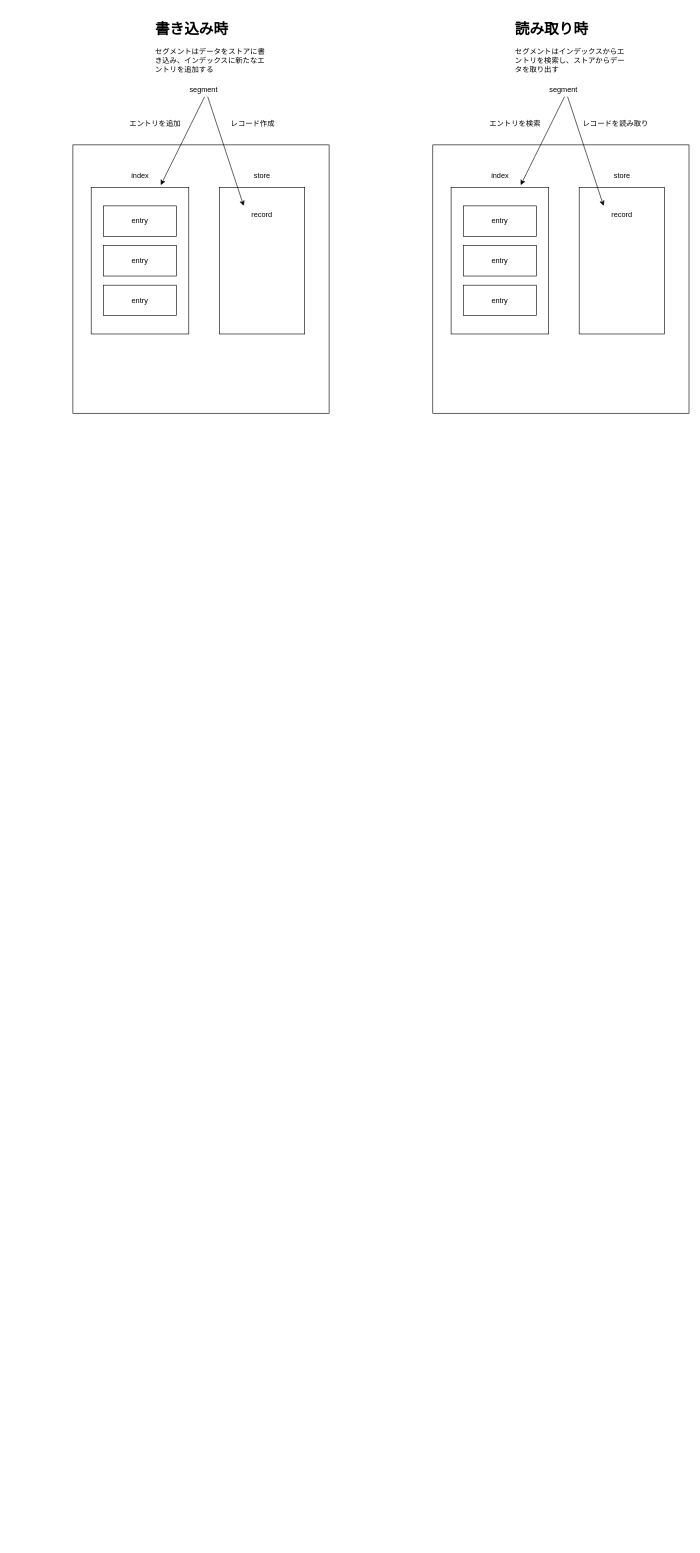
Above: flow.drawio in KeisukeYamane/distributed-system (draw.io), before the change. Source tidied: cells renumbered, new cells numbered last; positions are measured from the earlier drawing's top-left corner, leaving out a move shared by most shapes. Both pictures are drawn from the tidied source at 61%, with x=0, y=0 at pixel (73, 16).
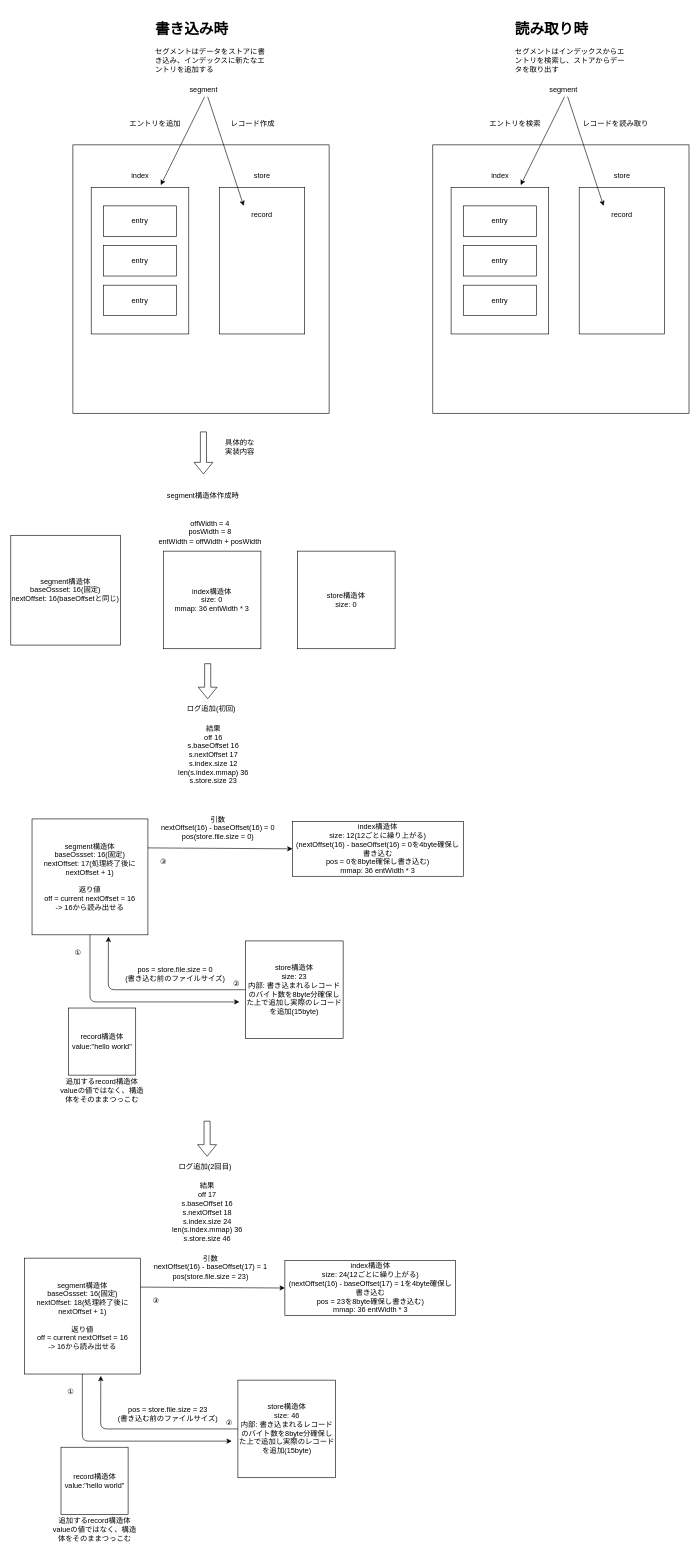
After the change.

Commit message (it also covers changes not shown here):
add 書き込む時の流れを確認し図を作成

Diff of the diagram source:
```diff
@@
+    <mxCell id="32" style="shape=flexArrow;endArrow=classic;html=1;" parent="1" edge="1">
+      <mxGeometry relative="1" as="geometry">
+        <mxPoint x="214" y="680" as="sourcePoint" />
+        <mxPoint x="214" y="750" as="targetPoint" />
+      </mxGeometry>
+    </mxCell>
+    <mxCell id="33" value="具体的な実装内容" style="text;html=1;strokeColor=none;fillColor=none;align=center;verticalAlign=middle;whiteSpace=wrap;rounded=0;" parent="1" vertex="1">
+      <mxGeometry x="244" y="690" width="60" height="30" as="geometry" />
+    </mxCell>
+    <mxCell id="34" value="segment構造体&lt;br&gt;baseOssset: 16(固定)&lt;br&gt;nextOffset: 16(baseOffsetと同じ)" style="whiteSpace=wrap;html=1;" parent="1" vertex="1">
+      <mxGeometry x="-101.8" y="850" width="180" height="180" as="geometry" />
+    </mxCell>
+    <mxCell id="35" value="store構造体&lt;br&gt;size: 0" style="whiteSpace=wrap;html=1;" parent="1" vertex="1">
+      <mxGeometry x="368.2" y="876" width="160" height="160" as="geometry" />
+    </mxCell>
+    <mxCell id="36" value="index構造体&lt;br&gt;size: 0&lt;br&gt;mmap: 36 entWidth * 3" style="whiteSpace=wrap;html=1;" parent="1" vertex="1">
+      <mxGeometry x="148.2" y="876" width="160" height="160" as="geometry" />
+    </mxCell>
+    <mxCell id="37" value="segment構造体作成時" style="text;html=1;strokeColor=none;fillColor=none;align=center;verticalAlign=middle;whiteSpace=wrap;rounded=0;" parent="1" vertex="1">
+      <mxGeometry x="140" y="770" width="146.5" height="30" as="geometry" />
+    </mxCell>
+    <mxCell id="38" value="offWidth = 4&lt;br&gt;posWidth = 8&lt;br&gt;entWidth = offWidth + posWidth" style="text;html=1;strokeColor=none;fillColor=none;align=center;verticalAlign=middle;whiteSpace=wrap;rounded=0;" parent="1" vertex="1">
+      <mxGeometry x="135.2" y="830" width="180" height="30" as="geometry" />
+    </mxCell>
+    <mxCell id="39" value="record構造体&lt;br&gt;value:&quot;hello world&quot;" style="whiteSpace=wrap;html=1;" parent="1" vertex="1">
+      <mxGeometry x="-7" y="1625" width="110" height="110" as="geometry" />
+    </mxCell>
+    <mxCell id="40" value="ログ追加(初回)" style="text;html=1;strokeColor=none;fillColor=none;align=center;verticalAlign=middle;whiteSpace=wrap;rounded=0;" parent="1" vertex="1">
+      <mxGeometry x="170" y="1119" width="114" height="30" as="geometry" />
+    </mxCell>
+    <mxCell id="41" value="追加するrecord構造体&lt;br&gt;valueの値ではなく、構造体をそのままつっこむ" style="text;html=1;strokeColor=none;fillColor=none;align=center;verticalAlign=middle;whiteSpace=wrap;rounded=0;" parent="1" vertex="1">
+      <mxGeometry x="-27" y="1745" width="150" height="30" as="geometry" />
+    </mxCell>
+    <mxCell id="42" value="segment構造体&lt;br&gt;baseOssset: 16(固定)&lt;br&gt;nextOffset: 17(処理終了後にnextOffset + 1)&lt;br&gt;&lt;br&gt;返り値&lt;br&gt;off = current nextOffset = 16&lt;br&gt;-&amp;gt; 16から読み出せる" style="whiteSpace=wrap;html=1;" parent="1" vertex="1">
+      <mxGeometry x="-67" y="1315" width="190" height="190" as="geometry" />
+    </mxCell>
+    <mxCell id="43" value="store構造体&lt;br&gt;size: 23&lt;br&gt;内部: 書き込まれるレコードのバイト数を8byte分確保した上で追加し実際のレコードを追加(15byte)" style="whiteSpace=wrap;html=1;" parent="1" vertex="1">
+      <mxGeometry x="283" y="1515" width="160" height="160" as="geometry" />
+    </mxCell>
+    <mxCell id="44" value="引数&lt;br&gt;nextOffset(16) - baseOffset(16) = 0&lt;br&gt;pos(store.file.size = 0)" style="text;html=1;strokeColor=none;fillColor=none;align=center;verticalAlign=middle;whiteSpace=wrap;rounded=0;" parent="1" vertex="1">
+      <mxGeometry x="133" y="1315" width="210" height="30" as="geometry" />
+    </mxCell>
+    <mxCell id="45" style="endArrow=classic;html=1;exitX=0.5;exitY=1;exitDx=0;exitDy=0;" parent="1" edge="1" source="42">
+      <mxGeometry relative="1" as="geometry">
+        <mxPoint x="273" y="1615" as="targetPoint" />
+        <Array as="points">
+          <mxPoint x="28" y="1615" />
+        </Array>
+      </mxGeometry>
+    </mxCell>
+    <mxCell id="46" style="endArrow=classic;html=1;exitX=0;exitY=0.5;exitDx=0;exitDy=0;entryX=0.659;entryY=1.016;entryDx=0;entryDy=0;entryPerimeter=0;" parent="1" edge="1" source="43" target="42">
+      <mxGeometry relative="1" as="geometry">
+        <Array as="points">
+          <mxPoint x="58" y="1595" />
+        </Array>
+      </mxGeometry>
+    </mxCell>
+    <mxCell id="47" value="pos = store.file.size = 0&lt;br&gt;(書き込む前のファイルサイズ)" style="text;html=1;strokeColor=none;fillColor=none;align=center;verticalAlign=middle;whiteSpace=wrap;rounded=0;" parent="1" vertex="1">
+      <mxGeometry x="83" y="1555" width="170" height="30" as="geometry" />
+    </mxCell>
+    <mxCell id="48" style="endArrow=classic;html=1;exitX=1;exitY=0.25;exitDx=0;exitDy=0;entryX=0;entryY=0.5;entryDx=0;entryDy=0;" parent="1" edge="1" source="42" target="49">
+      <mxGeometry relative="1" as="geometry" />
+    </mxCell>
+    <mxCell id="49" value="&lt;span&gt;index構造体&lt;/span&gt;&lt;br&gt;&lt;span&gt;size: 12(12ごとに繰り上がる)&lt;/span&gt;&lt;br&gt;&lt;span&gt;(nextOffset(16) - baseOffset(16) =&amp;nbsp;&lt;/span&gt;&lt;span&gt;0を4byte確保し書き込む&lt;br&gt;&lt;/span&gt;&lt;span&gt;pos = 0を8byte確保し書き込む)&lt;/span&gt;&lt;br&gt;&lt;span&gt;mmap: 36 entWidth * 3&lt;/span&gt;" style="rounded=0;whiteSpace=wrap;html=1;" parent="1" vertex="1">
+      <mxGeometry x="360" y="1319" width="280" height="90" as="geometry" />
+    </mxCell>
+    <mxCell id="50" value="①" style="text;html=1;align=center;verticalAlign=middle;strokeColor=none;fillColor=none;" parent="1" vertex="1">
+      <mxGeometry x="-7" y="1525" width="30" height="20" as="geometry" />
+    </mxCell>
+    <mxCell id="51" value="②" style="text;html=1;align=center;verticalAlign=middle;strokeColor=none;fillColor=none;" parent="1" vertex="1">
+      <mxGeometry x="253" y="1575" width="30" height="20" as="geometry" />
+    </mxCell>
+    <mxCell id="52" value="③" style="text;html=1;align=center;verticalAlign=middle;strokeColor=none;fillColor=none;" parent="1" vertex="1">
+      <mxGeometry x="133" y="1375" width="30" height="20" as="geometry" />
+    </mxCell>
+    <mxCell id="53" value="&lt;div&gt;結果&lt;/div&gt;&lt;div&gt;off 16&lt;/div&gt;&lt;div&gt;s.baseOffset 16&lt;/div&gt;&lt;div&gt;s.nextOffset 17&lt;/div&gt;&lt;div&gt;s.index.size 12&lt;/div&gt;&lt;div&gt;len(s.index.mmap) 36&lt;/div&gt;&lt;div&gt;s.store.size 23&lt;/div&gt;" style="text;html=1;align=center;verticalAlign=middle;strokeColor=none;fillColor=none;" parent="1" vertex="1">
+      <mxGeometry x="165" y="1160" width="130" height="100" as="geometry" />
+    </mxCell>
+    <mxCell id="54" value="record構造体&lt;br&gt;value:&quot;hello world&quot;" style="whiteSpace=wrap;html=1;" parent="1" vertex="1">
+      <mxGeometry x="-19.5" y="2345" width="110" height="110" as="geometry" />
+    </mxCell>
+    <mxCell id="55" value="追加するrecord構造体&lt;br&gt;valueの値ではなく、構造体をそのままつっこむ" style="text;html=1;strokeColor=none;fillColor=none;align=center;verticalAlign=middle;whiteSpace=wrap;rounded=0;" parent="1" vertex="1">
+      <mxGeometry x="-39.5" y="2465" width="150" height="30" as="geometry" />
+    </mxCell>
+    <mxCell id="56" value="segment構造体&lt;br&gt;baseOssset: 16(固定)&lt;br&gt;nextOffset: 18(処理終了後にnextOffset + 1)&lt;br&gt;&lt;br&gt;返り値&lt;br&gt;off = current nextOffset = 16&lt;br&gt;-&amp;gt; 16から読み出せる" style="whiteSpace=wrap;html=1;" parent="1" vertex="1">
+      <mxGeometry x="-79.5" y="2035" width="190" height="190" as="geometry" />
+    </mxCell>
+    <mxCell id="57" value="store構造体&lt;br&gt;size: 46&lt;br&gt;内部: 書き込まれるレコードのバイト数を8byte分確保した上で追加し実際のレコードを追加(15byte)" style="whiteSpace=wrap;html=1;" parent="1" vertex="1">
+      <mxGeometry x="270.5" y="2235" width="160" height="160" as="geometry" />
+    </mxCell>
+    <mxCell id="58" value="引数&lt;br&gt;nextOffset(16) - baseOffset(17) = 1&lt;br&gt;pos(store.file.size = 23)" style="text;html=1;strokeColor=none;fillColor=none;align=center;verticalAlign=middle;whiteSpace=wrap;rounded=0;" parent="1" vertex="1">
+      <mxGeometry x="120.5" y="2035" width="210" height="30" as="geometry" />
+    </mxCell>
+    <mxCell id="59" style="endArrow=classic;html=1;exitX=0.5;exitY=1;exitDx=0;exitDy=0;" parent="1" edge="1" source="56">
+      <mxGeometry relative="1" as="geometry">
+        <mxPoint x="260.5" y="2335" as="targetPoint" />
+        <Array as="points">
+          <mxPoint x="15.5" y="2335" />
+        </Array>
+      </mxGeometry>
+    </mxCell>
+    <mxCell id="60" style="endArrow=classic;html=1;exitX=0;exitY=0.5;exitDx=0;exitDy=0;entryX=0.659;entryY=1.016;entryDx=0;entryDy=0;entryPerimeter=0;" parent="1" edge="1" source="57" target="56">
+      <mxGeometry relative="1" as="geometry">
+        <Array as="points">
+          <mxPoint x="45.5" y="2315" />
+        </Array>
+      </mxGeometry>
+    </mxCell>
+    <mxCell id="61" value="pos = store.file.size = 23&lt;br&gt;(書き込む前のファイルサイズ)" style="text;html=1;strokeColor=none;fillColor=none;align=center;verticalAlign=middle;whiteSpace=wrap;rounded=0;" parent="1" vertex="1">
+      <mxGeometry x="70.5" y="2275" width="170" height="30" as="geometry" />
+    </mxCell>
+    <mxCell id="62" style="endArrow=classic;html=1;exitX=1;exitY=0.25;exitDx=0;exitDy=0;entryX=0;entryY=0.5;entryDx=0;entryDy=0;" parent="1" edge="1" source="56" target="63">
+      <mxGeometry relative="1" as="geometry" />
+    </mxCell>
+    <mxCell id="63" value="&lt;span&gt;index構造体&lt;/span&gt;&lt;br&gt;&lt;span&gt;size: 24(12ごとに繰り上がる)&lt;/span&gt;&lt;br&gt;&lt;span&gt;(nextOffset(16) - baseOffset(17) = 1&lt;/span&gt;&lt;span&gt;を4byte確保し書き込む&lt;br&gt;&lt;/span&gt;&lt;span&gt;pos = 23を8byte確保し書き込む)&lt;/span&gt;&lt;br&gt;&lt;span&gt;mmap: 36 entWidth * 3&lt;/span&gt;" style="rounded=0;whiteSpace=wrap;html=1;" parent="1" vertex="1">
+      <mxGeometry x="347.5" y="2039" width="280" height="90" as="geometry" />
+    </mxCell>
+    <mxCell id="64" value="①" style="text;html=1;align=center;verticalAlign=middle;strokeColor=none;fillColor=none;" parent="1" vertex="1">
+      <mxGeometry x="-19.5" y="2245" width="30" height="20" as="geometry" />
+    </mxCell>
+    <mxCell id="65" value="②" style="text;html=1;align=center;verticalAlign=middle;strokeColor=none;fillColor=none;" parent="1" vertex="1">
+      <mxGeometry x="240.5" y="2295" width="30" height="20" as="geometry" />
+    </mxCell>
+    <mxCell id="66" value="③" style="text;html=1;align=center;verticalAlign=middle;strokeColor=none;fillColor=none;" parent="1" vertex="1">
+      <mxGeometry x="120.5" y="2095" width="30" height="20" as="geometry" />
+    </mxCell>
+    <mxCell id="67" value="&lt;div&gt;結果&lt;/div&gt;&lt;div&gt;&lt;div&gt;off 17&lt;/div&gt;&lt;div&gt;s.baseOffset 16&lt;/div&gt;&lt;div&gt;s.nextOffset 18&lt;/div&gt;&lt;div&gt;s.index.size 24&lt;/div&gt;&lt;/div&gt;&lt;div&gt;len(s.index.mmap) 36&lt;/div&gt;&lt;div&gt;s.store.size 46&lt;br&gt;&lt;/div&gt;" style="text;html=1;align=center;verticalAlign=middle;strokeColor=none;fillColor=none;" parent="1" vertex="1">
+      <mxGeometry x="154.5" y="1910" width="130" height="100" as="geometry" />
+    </mxCell>
+    <mxCell id="68" value="ログ追加(2回目)" style="text;html=1;strokeColor=none;fillColor=none;align=center;verticalAlign=middle;whiteSpace=wrap;rounded=0;" parent="1" vertex="1">
+      <mxGeometry x="160" y="1870" width="114" height="30" as="geometry" />
+    </mxCell>
+    <mxCell id="69" style="shape=flexArrow;endArrow=classic;html=1;entryX=0.447;entryY=-0.015;entryDx=0;entryDy=0;entryPerimeter=0;" parent="1" edge="1" target="40">
+      <mxGeometry relative="1" as="geometry">
+        <mxPoint x="221" y="1060" as="sourcePoint" />
+      </mxGeometry>
+    </mxCell>
+    <mxCell id="70" style="shape=flexArrow;endArrow=classic;html=1;entryX=0.447;entryY=-0.015;entryDx=0;entryDy=0;entryPerimeter=0;" parent="1" edge="1">
+      <mxGeometry relative="1" as="geometry">
+        <mxPoint x="220" y="1810" as="sourcePoint" />
+        <mxPoint x="220" y="1868.5" as="targetPoint" />
+      </mxGeometry>
+    </mxCell>
```
